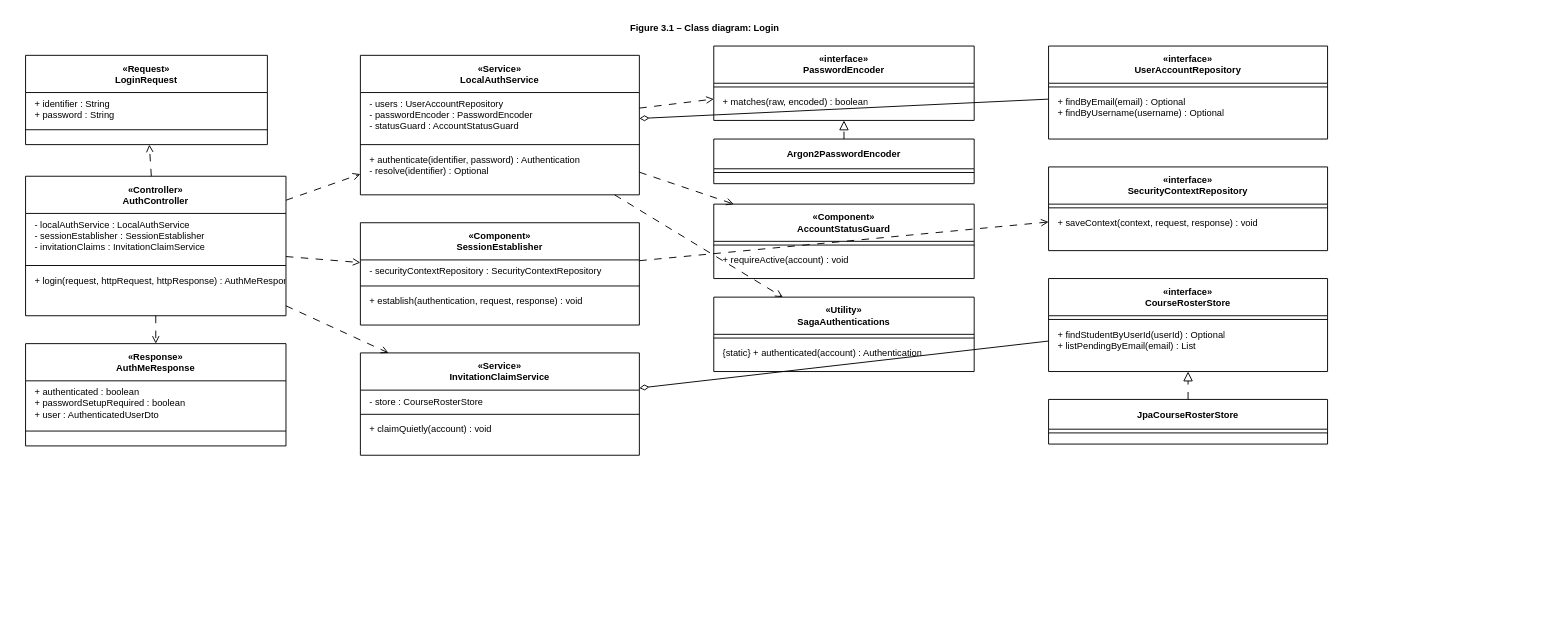
Saga-Learning-to-Hero/saga-be keeps this draw.io diagram as page "3.1 Login — Class" (1 of 20) of docs/diagrams/01-auth.drawio. Above is the earlier version. Source tidied: cells renumbered, new cells numbered last; positions are measured from the earlier drawing's top-left corner, leaving out a move shared by most shapes. Both pictures are drawn from the tidied source at 93%, with x=0, y=0 at pixel (25, 16).
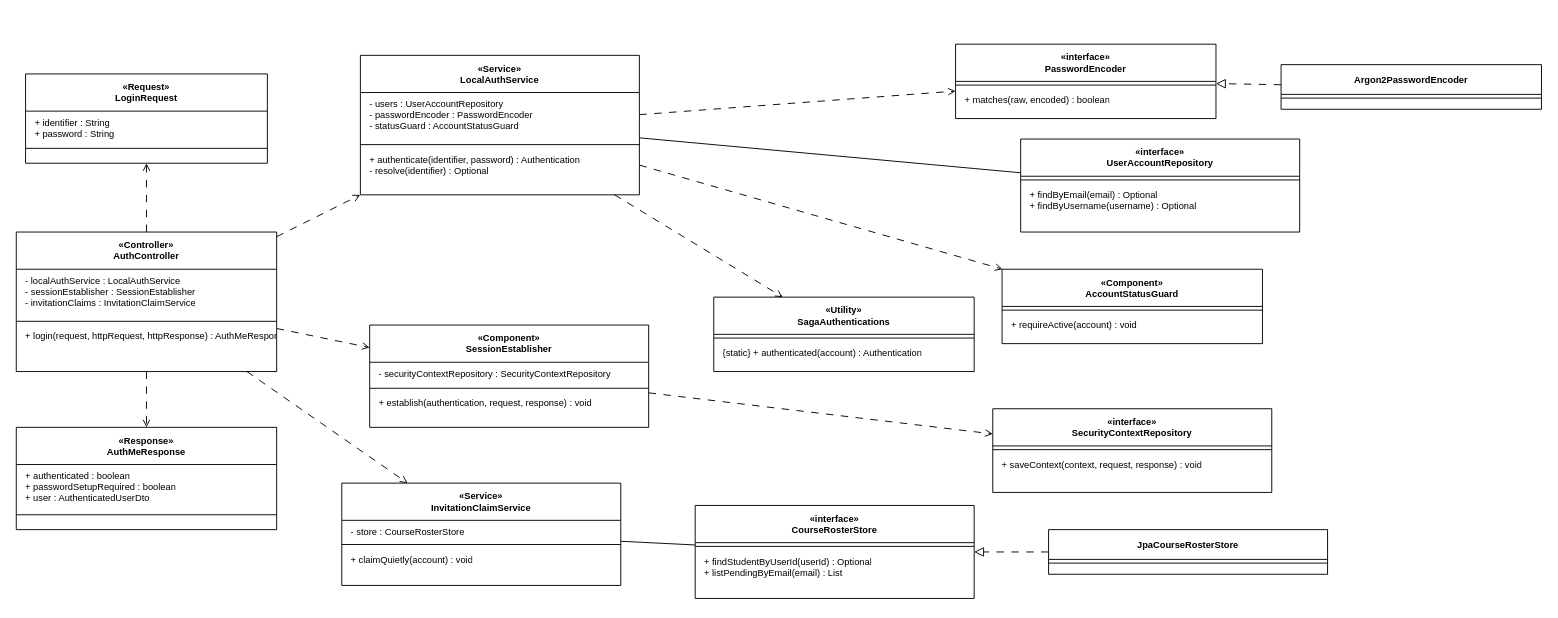
After the change.

Unchanged cells that the change refers to:
```xml
<mxCell id="15" value="«Service»&lt;br&gt;LocalAuthService" style="swimlane;align=center;verticalAlign=middle;horizontal=1;startSize=40;html=1;whiteSpace=wrap;fillColor=#ffffff;strokeColor=#000000;fontSize=10;" parent="1" vertex="1">
  <mxGeometry x="360" y="42" width="300" height="150" as="geometry" />
</mxCell>
```

Diff of the diagram source:
```diff
@@
-    <mxCell id="2" value="Figure 3.1 – Class diagram: Login" style="text;html=1;strokeColor=none;fillColor=none;align=center;fontStyle=1;fontSize=10;" parent="1" vertex="1">
-      <mxGeometry x="520" width="420" height="24" as="geometry" />
-    </mxCell>
     <mxCell id="3" value="«Request»&lt;br&gt;LoginRequest" style="swimlane;align=center;verticalAlign=middle;horizontal=1;startSize=40;html=1;whiteSpace=wrap;fillColor=#ffffff;strokeColor=#000000;fontSize=10;" parent="1" vertex="1">
-      <mxGeometry y="42" width="260" height="96" as="geometry" />
+      <mxGeometry y="62" width="260" height="96" as="geometry" />
     </mxCell>
@@
     <mxCell id="7" value="«Controller»&lt;br&gt;AuthController" style="swimlane;align=center;verticalAlign=middle;horizontal=1;startSize=40;html=1;whiteSpace=wrap;fillColor=#ffffff;strokeColor=#000000;fontSize=10;" parent="1" vertex="1">
-      <mxGeometry y="172" width="280" height="150" as="geometry" />
+      <mxGeometry x="-10" y="232" width="280" height="150" as="geometry" />
     </mxCell>
@@
     <mxCell id="11" value="«Response»&lt;br&gt;AuthMeResponse" style="swimlane;align=center;verticalAlign=middle;horizontal=1;startSize=40;html=1;whiteSpace=wrap;fillColor=#ffffff;strokeColor=#000000;fontSize=10;" parent="1" vertex="1">
-      <mxGeometry y="352" width="280" height="110" as="geometry" />
+      <mxGeometry x="-10" y="442" width="280" height="110" as="geometry" />
     </mxCell>
@@
     <mxCell id="19" value="«Component»&lt;br&gt;SessionEstablisher" style="swimlane;align=center;verticalAlign=middle;horizontal=1;startSize=40;html=1;whiteSpace=wrap;fillColor=#ffffff;strokeColor=#000000;fontSize=10;" parent="1" vertex="1">
-      <mxGeometry x="360" y="222" width="300" height="110" as="geometry" />
+      <mxGeometry x="370" y="332" width="300" height="110" as="geometry" />
     </mxCell>
@@
     <mxCell id="23" value="«Service»&lt;br&gt;InvitationClaimService" style="swimlane;align=center;verticalAlign=middle;horizontal=1;startSize=40;html=1;whiteSpace=wrap;fillColor=#ffffff;strokeColor=#000000;fontSize=10;" parent="1" vertex="1">
-      <mxGeometry x="360" y="362" width="300" height="110" as="geometry" />
+      <mxGeometry x="340" y="502" width="300" height="110" as="geometry" />
     </mxCell>
@@
     <mxCell id="27" value="«interface»&lt;br&gt;PasswordEncoder" style="swimlane;align=center;verticalAlign=middle;horizontal=1;startSize=40;html=1;whiteSpace=wrap;fillColor=#ffffff;strokeColor=#000000;fontSize=10;" parent="1" vertex="1">
-      <mxGeometry x="740" y="32" width="280" height="80" as="geometry" />
+      <mxGeometry x="1000" y="30" width="280" height="80" as="geometry" />
     </mxCell>
@@
     <mxCell id="30" value="Argon2PasswordEncoder" style="swimlane;align=center;verticalAlign=middle;horizontal=1;startSize=32;html=1;whiteSpace=wrap;fillColor=#ffffff;strokeColor=#000000;fontSize=10;" parent="1" vertex="1">
-      <mxGeometry x="740" y="132" width="280" height="48" as="geometry" />
+      <mxGeometry x="1350" y="52" width="280" height="48" as="geometry" />
     </mxCell>
@@
     <mxCell id="33" value="«Component»&lt;br&gt;AccountStatusGuard" style="swimlane;align=center;verticalAlign=middle;horizontal=1;startSize=40;html=1;whiteSpace=wrap;fillColor=#ffffff;strokeColor=#000000;fontSize=10;" parent="1" vertex="1">
-      <mxGeometry x="740" y="202" width="280" height="80" as="geometry" />
+      <mxGeometry x="1050" y="272" width="280" height="80" as="geometry" />
     </mxCell>
@@
     <mxCell id="39" value="«interface»&lt;br&gt;UserAccountRepository" style="swimlane;align=center;verticalAlign=middle;horizontal=1;startSize=40;html=1;whiteSpace=wrap;fillColor=#ffffff;strokeColor=#000000;fontSize=10;" parent="1" vertex="1">
-      <mxGeometry x="1100" y="32" width="300" height="100" as="geometry" />
+      <mxGeometry x="1070" y="132" width="300" height="100" as="geometry" />
     </mxCell>
@@
     <mxCell id="42" value="«interface»&lt;br&gt;SecurityContextRepository" style="swimlane;align=center;verticalAlign=middle;horizontal=1;startSize=40;html=1;whiteSpace=wrap;fillColor=#ffffff;strokeColor=#000000;fontSize=10;" parent="1" vertex="1">
-      <mxGeometry x="1100" y="162" width="300" height="90" as="geometry" />
+      <mxGeometry x="1040" y="422" width="300" height="90" as="geometry" />
     </mxCell>
@@
     <mxCell id="45" value="«interface»&lt;br&gt;CourseRosterStore" style="swimlane;align=center;verticalAlign=middle;horizontal=1;startSize=40;html=1;whiteSpace=wrap;fillColor=#ffffff;strokeColor=#000000;fontSize=10;" parent="1" vertex="1">
-      <mxGeometry x="1100" y="282" width="300" height="100" as="geometry" />
+      <mxGeometry x="720" y="526" width="300" height="100" as="geometry" />
     </mxCell>
@@
     <mxCell id="48" value="JpaCourseRosterStore" style="swimlane;align=center;verticalAlign=middle;horizontal=1;startSize=32;html=1;whiteSpace=wrap;fillColor=#ffffff;strokeColor=#000000;fontSize=10;" parent="1" vertex="1">
-      <mxGeometry x="1100" y="412" width="300" height="48" as="geometry" />
+      <mxGeometry x="1100" y="552" width="300" height="48" as="geometry" />
     </mxCell>
@@
-    <mxCell id="60" style="startArrow=diamondThin;startFill=0;startSize=8;endArrow=none;html=1;strokeColor=#000000;" parent="1" edge="1" source="15" target="39">
+    <mxCell id="60" style="endArrow=none;startArrow=none;html=1;strokeColor=#000000;" parent="1" edge="1" source="15" target="39">
       <mxGeometry relative="1" as="geometry" />
     </mxCell>
-    <mxCell id="61" style="startArrow=diamondThin;startFill=0;startSize=8;endArrow=none;html=1;strokeColor=#000000;" parent="1" edge="1" source="23" target="45">
+    <mxCell id="61" style="endArrow=none;startArrow=none;html=1;strokeColor=#000000;" parent="1" edge="1" source="23" target="45">
       <mxGeometry relative="1" as="geometry" />
     </mxCell>
```
